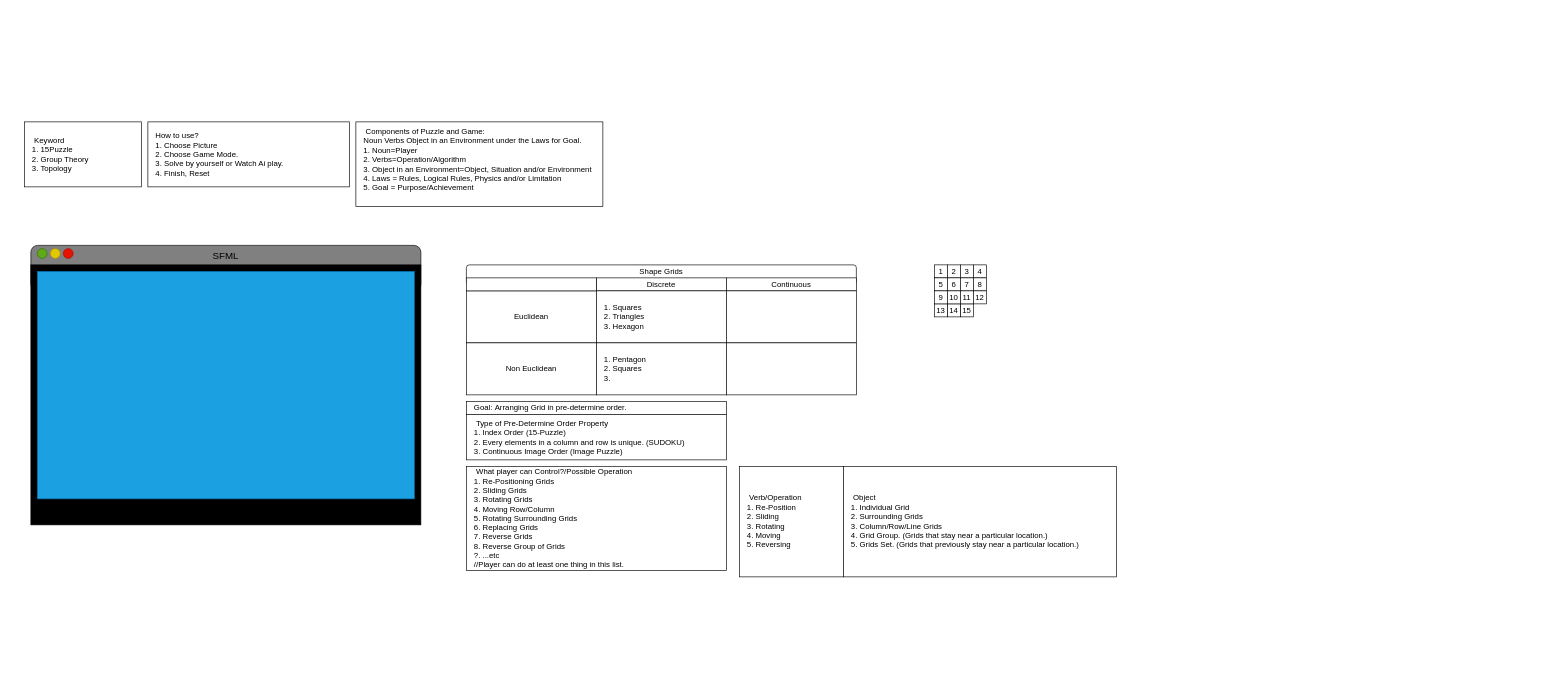
The draw.io diagram SlidingImagePuzzle.drawio in NihilisticMotif/Draw10SoftwarePlanning, before the edit. Source tidied: cells renumbered, new cells numbered last; positions are measured from the earlier drawing's top-left corner, leaving out a move shared by most shapes. Both pictures are drawn from the tidied source at 65%, with x=0, y=0 at pixel (24, 122).
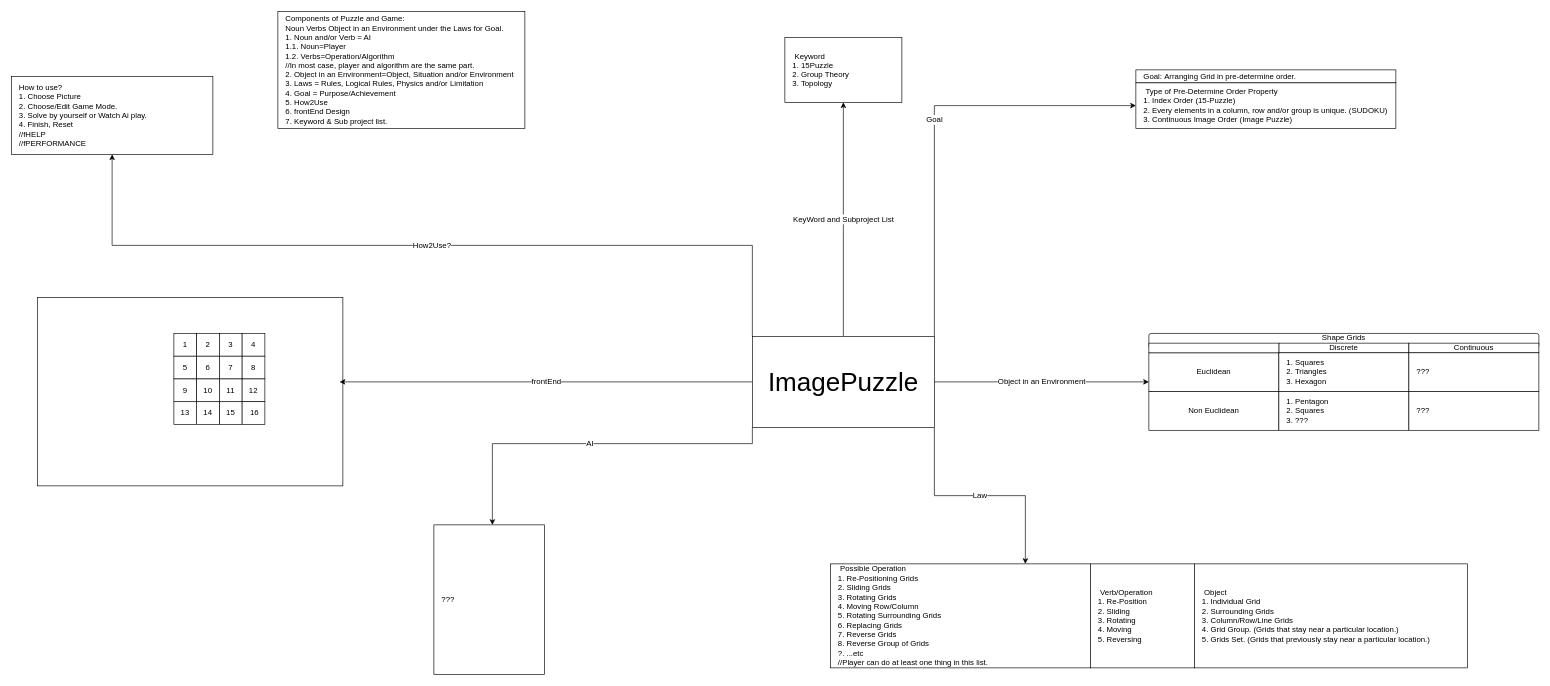
The same page after the edit.

The edit, as a diff of the source:
```diff
@@
+    <mxCell id="47" style="rounded=0;whiteSpace=wrap;html=1;fontSize=12;" parent="1" vertex="1">
+      <mxGeometry x="20" y="270" width="470" height="290" as="geometry" />
+    </mxCell>
     <mxCell id="2" value="&lt;span style=&quot;white-space: pre&quot;&gt; Keyword&lt;br&gt;1. 15Puzzle&lt;br&gt;2. Group Theory&lt;br/&gt;3. Topology&lt;br&gt;&lt;/span&gt;" style="rounded=0;whiteSpace=wrap;html=1;align=left;spacingLeft=10;" parent="1" vertex="1">
-      <mxGeometry width="180" height="100" as="geometry" />
+      <mxGeometry x="1170" y="-130" width="180" height="100" as="geometry" />
     </mxCell>
-    <mxCell id="3" value="&lt;span style=&quot;white-space: pre&quot;&gt; What player can Control?/Possible Operation&lt;br&gt;1. Re-Positioning Grids&lt;br&gt;2. Sliding Grids&lt;br&gt;3. Rotating Grids&lt;br&gt;4. Moving Row/Column&lt;br&gt;5. Rotating Surrounding Grids&lt;br&gt;6. Replacing Grids&lt;br&gt;7. Reverse Grids&lt;br&gt;8. Reverse Group of Grids&lt;br&gt;?. ...etc&lt;br&gt;//Player can do at least one thing in this list.&lt;br&gt;&lt;/span&gt;" style="rounded=0;whiteSpace=wrap;html=1;fontSize=12;fillColor=#FFFFFF;align=left;spacingLeft=10;" parent="1" vertex="1">
-      <mxGeometry x="680" y="530" width="400" height="160" as="geometry" />
-    </mxCell>
     <mxCell id="4" style="group;" parent="1" vertex="1">
-      <mxGeometry x="680" y="430" width="400" height="90" as="geometry" />
+      <mxGeometry x="1710" y="-80" width="400" height="90" as="geometry" />
     </mxCell>
@@
-    <mxCell id="6" value="&lt;span style=&quot;white-space: pre&quot;&gt; Type of Pre-Determine Order Property&lt;/span&gt;&lt;br style=&quot;font-size: 12px&quot;&gt;&lt;span style=&quot;white-space: pre&quot;&gt;1. Index Order (15-Puzzle)&lt;/span&gt;&lt;br&gt;&lt;span style=&quot;white-space: pre&quot;&gt;2. Every elements in a column and row is unique. (SUDOKU)&lt;/span&gt;&lt;br style=&quot;font-size: 12px&quot;&gt;&lt;span style=&quot;white-space: pre&quot;&gt;3. Continuous Image Order (Image Puzzle)&lt;br&gt;&lt;/span&gt;" style="rounded=0;whiteSpace=wrap;html=1;fontSize=12;fillColor=#FFFFFF;align=left;spacingLeft=10;" parent="4" vertex="1">
+    <mxCell id="6" value="&lt;span style=&quot;white-space: pre&quot;&gt; Type of Pre-Determine Order Property&lt;/span&gt;&lt;br style=&quot;font-size: 12px&quot;&gt;&lt;span style=&quot;white-space: pre&quot;&gt;1. Index Order (15-Puzzle)&lt;/span&gt;&lt;br&gt;&lt;span style=&quot;white-space: pre&quot;&gt;2. Every elements in a column, row and/or group is unique. (SUDOKU)&lt;/span&gt;&lt;br style=&quot;font-size: 12px&quot;&gt;&lt;span style=&quot;white-space: pre&quot;&gt;3. Continuous Image Order (Image Puzzle)&lt;br&gt;&lt;/span&gt;" style="rounded=0;whiteSpace=wrap;html=1;fontSize=12;fillColor=#FFFFFF;align=left;spacingLeft=10;" parent="4" vertex="1">
       <mxGeometry y="20" width="400" height="70" as="geometry" />
     </mxCell>
-    <mxCell id="7" style="group;" parent="1" vertex="1">
-      <mxGeometry x="680" y="220" width="600" height="200" as="geometry" />
-    </mxCell>
-    <mxCell id="8" value="Shape Grids" style="rounded=1;whiteSpace=wrap;html=1;fontSize=12;fillColor=#FFFFFF;spacingTop=-10;" parent="7" vertex="1">
-      <mxGeometry width="600" height="30" as="geometry" />
-    </mxCell>
-    <mxCell id="9" value="Discrete" style="rounded=0;whiteSpace=wrap;html=1;fontSize=12;fillColor=#FFFFFF;" parent="7" vertex="1">
-      <mxGeometry x="200" y="20" width="200" height="20" as="geometry" />
-    </mxCell>
-    <mxCell id="10" value="Continuous" style="rounded=0;whiteSpace=wrap;html=1;fontSize=12;fillColor=#FFFFFF;" parent="7" vertex="1">
-      <mxGeometry x="400" y="20" width="200" height="20" as="geometry" />
-    </mxCell>
-    <mxCell id="11" value="Euclidean" style="rounded=0;whiteSpace=wrap;html=1;fontSize=12;fillColor=#FFFFFF;" parent="7" vertex="1">
-      <mxGeometry y="40" width="200" height="80" as="geometry" />
-    </mxCell>
-    <mxCell id="12" value="Non Euclidean" style="rounded=0;whiteSpace=wrap;html=1;fontSize=12;fillColor=#FFFFFF;" parent="7" vertex="1">
-      <mxGeometry y="120" width="200" height="80" as="geometry" />
-    </mxCell>
-    <mxCell id="13" value="1. Squares&lt;br style=&quot;font-size: 12px;&quot;&gt;2. Triangles&lt;br style=&quot;font-size: 12px;&quot;&gt;3. Hexagon" style="rounded=0;whiteSpace=wrap;html=1;fontSize=12;fillColor=#FFFFFF;align=left;spacingLeft=10;" parent="7" vertex="1">
-      <mxGeometry x="200" y="40" width="200" height="80" as="geometry" />
-    </mxCell>
-    <mxCell id="14" value="1. Pentagon&lt;br style=&quot;font-size: 12px;&quot;&gt;2. Squares&lt;br style=&quot;font-size: 12px;&quot;&gt;3.&amp;nbsp;" style="rounded=0;whiteSpace=wrap;html=1;fontSize=12;fillColor=#FFFFFF;align=left;spacingLeft=10;" parent="7" vertex="1">
-      <mxGeometry x="200" y="120" width="200" height="80" as="geometry" />
-    </mxCell>
-    <mxCell id="15" style="rounded=0;whiteSpace=wrap;html=1;fontSize=12;fillColor=#FFFFFF;align=left;spacingLeft=10;" parent="7" vertex="1">
-      <mxGeometry x="400" y="40" width="200" height="80" as="geometry" />
-    </mxCell>
-    <mxCell id="16" style="rounded=0;whiteSpace=wrap;html=1;fontSize=12;fillColor=#FFFFFF;align=left;spacingLeft=10;" parent="7" vertex="1">
-      <mxGeometry x="400" y="120" width="200" height="80" as="geometry" />
-    </mxCell>
-    <mxCell id="17" style="rounded=0;whiteSpace=wrap;html=1;fontSize=12;fillColor=#FFFFFF;" parent="7" vertex="1">
-      <mxGeometry y="20" width="200" height="20" as="geometry" />
-    </mxCell>
-    <mxCell id="18" style="group;" parent="1" vertex="1">
-      <mxGeometry x="10" y="190" width="600" height="430" as="geometry" />
-    </mxCell>
-    <mxCell id="19" style="rounded=1;whiteSpace=wrap;html=1;fillColor=#808080;" parent="18" vertex="1">
-      <mxGeometry width="600" height="70" as="geometry" />
-    </mxCell>
-    <mxCell id="20" style="rounded=0;whiteSpace=wrap;html=1;fillColor=#000000;" parent="18" vertex="1">
-      <mxGeometry y="30" width="600" height="400" as="geometry" />
-    </mxCell>
-    <mxCell id="21" style="rounded=0;whiteSpace=wrap;html=1;fillColor=#1ba1e2;strokeColor=#006EAF;fontColor=#ffffff;" parent="18" vertex="1">
-      <mxGeometry x="10" y="40" width="580" height="350" as="geometry" />
-    </mxCell>
-    <mxCell id="22" value="SFML" style="text;html=1;strokeColor=none;fillColor=none;align=center;verticalAlign=middle;whiteSpace=wrap;rounded=0;fontSize=15;" parent="18" vertex="1">
-      <mxGeometry x="270" width="60" height="30" as="geometry" />
-    </mxCell>
-    <mxCell id="23" style="ellipse;whiteSpace=wrap;html=1;fillColor=#60a917;fontColor=#ffffff;strokeColor=#2D7600;" parent="18" vertex="1">
-      <mxGeometry x="10" y="5" width="15" height="15" as="geometry" />
-    </mxCell>
-    <mxCell id="24" style="ellipse;whiteSpace=wrap;html=1;fillColor=#e3c800;fontColor=#000000;strokeColor=#B09500;" parent="18" vertex="1">
-      <mxGeometry x="30" y="5" width="15" height="15" as="geometry" />
-    </mxCell>
-    <mxCell id="25" style="ellipse;whiteSpace=wrap;html=1;fillColor=#e51400;fontColor=#ffffff;strokeColor=#B20000;" parent="18" vertex="1">
-      <mxGeometry x="50" y="5" width="15" height="15" as="geometry" />
-    </mxCell>
-    <mxCell id="26" style="group;" parent="1" vertex="1">
-      <mxGeometry x="1400" y="220" width="80" height="80" as="geometry" />
-    </mxCell>
+    <mxCell id="45" value="&lt;span&gt; How to use?&lt;br&gt;1. Choose Picture&lt;br&gt;2. Choose/Edit Game Mode.&lt;br&gt;3. Solve by yourself or Watch Ai play.&lt;br&gt;4. Finish, Reset&lt;br&gt;//fHELP&lt;br&gt;//fPERFORMANCE&lt;br&gt;&lt;/span&gt;" style="rounded=0;whiteSpace=wrap;html=1;align=left;spacingLeft=10;" parent="1" vertex="1">
+      <mxGeometry x="-20" y="-70" width="310" height="120" as="geometry" />
+    </mxCell>
+    <mxCell id="46" value="&lt;span&gt; Components of Puzzle and Game:&lt;br&gt;Noun Verbs Object in an Environment under the Laws for Goal.&lt;br&gt;1. Noun and/or Verb = AI&lt;br&gt;1.1. Noun=Player&lt;br&gt;1.2. Verbs=Operation/Algorithm&lt;br&gt;//In most case, player and algorithm are the same part.&lt;br&gt;2. Object in an Environment=Object, Situation and/or Environment&lt;br&gt;3. Laws = Rules, Logical Rules, Physics and/or Limitation&lt;br&gt;4. Goal = Purpose/Achievement&lt;br&gt;&lt;/span&gt;&lt;span&gt;5. How2Use&lt;/span&gt;&lt;br&gt;&lt;span&gt;6. frontEnd Design&lt;/span&gt;&lt;br&gt;&lt;span&gt;7. Keyword &amp;amp; Sub project list.&lt;/span&gt;&lt;span&gt;&lt;br&gt;&lt;/span&gt;" style="rounded=0;whiteSpace=wrap;html=1;align=left;spacingLeft=10;" parent="1" vertex="1">
+      <mxGeometry x="390" y="-170" width="380" height="180" as="geometry" />
+    </mxCell>
+    <mxCell id="48" style="group;" parent="1" vertex="1">
+      <mxGeometry x="230" y="325.5" width="140" height="140" as="geometry" />
+    </mxCell>
-    <mxCell id="27" value="1" style="whiteSpace=wrap;html=1;fontSize=12;fillColor=#FFFFFF;" parent="26" vertex="1">
-      <mxGeometry width="20" height="20" as="geometry" />
+    <mxCell id="27" value="1" style="whiteSpace=wrap;html=1;fontSize=12;fillColor=#FFFFFF;" parent="48" vertex="1">
+      <mxGeometry width="35" height="35" as="geometry" />
     </mxCell>
-    <mxCell id="28" value="2" style="whiteSpace=wrap;html=1;fontSize=12;fillColor=#FFFFFF;" parent="26" vertex="1">
-      <mxGeometry x="20" width="20" height="20" as="geometry" />
+    <mxCell id="28" value="2" style="whiteSpace=wrap;html=1;fontSize=12;fillColor=#FFFFFF;" parent="48" vertex="1">
+      <mxGeometry x="35" width="35" height="35" as="geometry" />
     </mxCell>
-    <mxCell id="29" value="3" style="whiteSpace=wrap;html=1;fontSize=12;fillColor=#FFFFFF;" parent="26" vertex="1">
-      <mxGeometry x="40" width="20" height="20" as="geometry" />
+    <mxCell id="29" value="3" style="whiteSpace=wrap;html=1;fontSize=12;fillColor=#FFFFFF;" parent="48" vertex="1">
+      <mxGeometry x="70" width="35" height="35" as="geometry" />
     </mxCell>
-    <mxCell id="30" value="4" style="whiteSpace=wrap;html=1;fontSize=12;fillColor=#FFFFFF;" parent="26" vertex="1">
-      <mxGeometry x="60" width="20" height="20" as="geometry" />
+    <mxCell id="30" value="4" style="whiteSpace=wrap;html=1;fontSize=12;fillColor=#FFFFFF;" parent="48" vertex="1">
+      <mxGeometry x="105" width="35" height="35" as="geometry" />
     </mxCell>
-    <mxCell id="31" value="5" style="whiteSpace=wrap;html=1;fontSize=12;fillColor=#FFFFFF;" parent="26" vertex="1">
-      <mxGeometry y="20" width="20" height="20" as="geometry" />
+    <mxCell id="31" value="5" style="whiteSpace=wrap;html=1;fontSize=12;fillColor=#FFFFFF;" parent="48" vertex="1">
+      <mxGeometry y="35" width="35" height="35" as="geometry" />
     </mxCell>
-    <mxCell id="32" value="6" style="whiteSpace=wrap;html=1;fontSize=12;fillColor=#FFFFFF;" parent="26" vertex="1">
-      <mxGeometry x="20" y="20" width="20" height="20" as="geometry" />
+    <mxCell id="32" value="6" style="whiteSpace=wrap;html=1;fontSize=12;fillColor=#FFFFFF;" parent="48" vertex="1">
+      <mxGeometry x="35" y="35" width="35" height="35" as="geometry" />
     </mxCell>
-    <mxCell id="33" value="7" style="whiteSpace=wrap;html=1;fontSize=12;fillColor=#FFFFFF;" parent="26" vertex="1">
-      <mxGeometry x="40" y="20" width="20" height="20" as="geometry" />
+    <mxCell id="33" value="7" style="whiteSpace=wrap;html=1;fontSize=12;fillColor=#FFFFFF;" parent="48" vertex="1">
+      <mxGeometry x="70" y="35" width="35" height="35" as="geometry" />
     </mxCell>
-    <mxCell id="34" value="8" style="whiteSpace=wrap;html=1;fontSize=12;fillColor=#FFFFFF;" parent="26" vertex="1">
-      <mxGeometry x="60" y="20" width="20" height="20" as="geometry" />
+    <mxCell id="34" value="8" style="whiteSpace=wrap;html=1;fontSize=12;fillColor=#FFFFFF;" parent="48" vertex="1">
+      <mxGeometry x="105" y="35" width="35" height="35" as="geometry" />
     </mxCell>
-    <mxCell id="35" value="15" style="whiteSpace=wrap;html=1;fontSize=12;fillColor=#FFFFFF;" parent="26" vertex="1">
-      <mxGeometry x="40" y="60" width="20" height="20" as="geometry" />
+    <mxCell id="35" value="15" style="whiteSpace=wrap;html=1;fontSize=12;fillColor=#FFFFFF;" parent="48" vertex="1">
+      <mxGeometry x="70" y="105" width="35" height="35" as="geometry" />
     </mxCell>
-    <mxCell id="36" value="14" style="whiteSpace=wrap;html=1;fontSize=12;fillColor=#FFFFFF;" parent="26" vertex="1">
-      <mxGeometry x="20" y="60" width="20" height="20" as="geometry" />
+    <mxCell id="36" value="14" style="whiteSpace=wrap;html=1;fontSize=12;fillColor=#FFFFFF;" parent="48" vertex="1">
+      <mxGeometry x="35" y="105" width="35" height="35" as="geometry" />
     </mxCell>
-    <mxCell id="37" value="13" style="whiteSpace=wrap;html=1;fontSize=12;fillColor=#FFFFFF;" parent="26" vertex="1">
-      <mxGeometry y="60" width="20" height="20" as="geometry" />
+    <mxCell id="37" value="13" style="whiteSpace=wrap;html=1;fontSize=12;fillColor=#FFFFFF;" parent="48" vertex="1">
+      <mxGeometry y="105" width="35" height="35" as="geometry" />
     </mxCell>
-    <mxCell id="38" value="9" style="whiteSpace=wrap;html=1;fontSize=12;fillColor=#FFFFFF;" parent="26" vertex="1">
-      <mxGeometry y="40" width="20" height="20" as="geometry" />
+    <mxCell id="38" value="9" style="whiteSpace=wrap;html=1;fontSize=12;fillColor=#FFFFFF;" parent="48" vertex="1">
+      <mxGeometry y="70" width="35" height="35" as="geometry" />
     </mxCell>
-    <mxCell id="39" value="10" style="whiteSpace=wrap;html=1;fontSize=12;fillColor=#FFFFFF;" parent="26" vertex="1">
-      <mxGeometry x="20" y="40" width="20" height="20" as="geometry" />
+    <mxCell id="39" value="10" style="whiteSpace=wrap;html=1;fontSize=12;fillColor=#FFFFFF;" parent="48" vertex="1">
+      <mxGeometry x="35" y="70" width="35" height="35" as="geometry" />
     </mxCell>
-    <mxCell id="40" value="11" style="whiteSpace=wrap;html=1;fontSize=12;fillColor=#FFFFFF;" parent="26" vertex="1">
-      <mxGeometry x="40" y="40" width="20" height="20" as="geometry" />
+    <mxCell id="40" value="11" style="whiteSpace=wrap;html=1;fontSize=12;fillColor=#FFFFFF;" parent="48" vertex="1">
+      <mxGeometry x="70" y="70" width="35" height="35" as="geometry" />
     </mxCell>
-    <mxCell id="41" value="12" style="whiteSpace=wrap;html=1;fontSize=12;fillColor=#FFFFFF;" parent="26" vertex="1">
-      <mxGeometry x="60" y="40" width="20" height="20" as="geometry" />
+    <mxCell id="41" value="12" style="whiteSpace=wrap;html=1;fontSize=12;fillColor=#FFFFFF;" parent="48" vertex="1">
+      <mxGeometry x="105" y="70" width="35" height="35" as="geometry" />
     </mxCell>
+    <mxCell id="49" value="&amp;nbsp;16" style="whiteSpace=wrap;html=1;fontSize=12;fillColor=#FFFFFF;" parent="48" vertex="1">
+      <mxGeometry x="105" y="105" width="35" height="35" as="geometry" />
+    </mxCell>
+    <mxCell id="50" value="frontEnd" style="edgeStyle=orthogonalEdgeStyle;rounded=0;jettySize=auto;html=1;fontSize=12;" parent="1" edge="1" source="57">
+      <mxGeometry relative="1" as="geometry">
+        <mxPoint x="485" y="400" as="targetPoint" />
+      </mxGeometry>
+    </mxCell>
+    <mxCell id="51" value="How2Use?" style="edgeStyle=orthogonalEdgeStyle;rounded=0;jettySize=auto;html=1;exitX=0;exitY=0;exitDx=0;exitDy=0;fontSize=12;" parent="1" edge="1" source="57" target="45">
+      <mxGeometry relative="1" as="geometry" />
+    </mxCell>
+    <mxCell id="52" value="KeyWord and Subproject List" style="edgeStyle=orthogonalEdgeStyle;rounded=0;jettySize=auto;html=1;exitX=0.5;exitY=0;exitDx=0;exitDy=0;entryX=0.5;entryY=1;entryDx=0;entryDy=0;fontSize=12;" parent="1" edge="1" source="57" target="2">
+      <mxGeometry relative="1" as="geometry" />
+    </mxCell>
+    <mxCell id="53" value="Goal" style="edgeStyle=orthogonalEdgeStyle;rounded=0;jettySize=auto;html=1;exitX=1;exitY=0;exitDx=0;exitDy=0;fontSize=12;entryX=0;entryY=0.5;entryDx=0;entryDy=0;" parent="1" edge="1" source="57" target="6">
+      <mxGeometry relative="1" as="geometry" />
+    </mxCell>
+    <mxCell id="54" value="Object in an Environment" style="edgeStyle=orthogonalEdgeStyle;rounded=0;jettySize=auto;html=1;exitX=1;exitY=0.5;exitDx=0;exitDy=0;fontSize=12;entryX=0;entryY=0.75;entryDx=0;entryDy=0;" parent="1" edge="1" source="57" target="11">
+      <mxGeometry relative="1" as="geometry" />
+    </mxCell>
+    <mxCell id="55" value="Law" style="edgeStyle=orthogonalEdgeStyle;rounded=0;jettySize=auto;html=1;entryX=0.75;entryY=0;entryDx=0;entryDy=0;fontSize=12;exitX=1;exitY=1;exitDx=0;exitDy=0;" parent="1" edge="1" source="57" target="3">
+      <mxGeometry relative="1" as="geometry" />
+    </mxCell>
+    <mxCell id="56" value="AI" style="edgeStyle=orthogonalEdgeStyle;rounded=0;jettySize=auto;html=1;exitX=0;exitY=1;exitDx=0;exitDy=0;fontSize=12;" parent="1" edge="1" source="57">
+      <mxGeometry relative="1" as="geometry">
+        <mxPoint x="720" y="620" as="targetPoint" />
+        <Array as="points">
+          <mxPoint x="1120" y="495" />
+          <mxPoint x="720" y="495" />
+          <mxPoint x="720" y="520" />
+        </Array>
+      </mxGeometry>
+    </mxCell>
+    <mxCell id="57" value="ImagePuzzle" style="rounded=0;whiteSpace=wrap;html=1;fontSize=40;" parent="1" vertex="1">
+      <mxGeometry x="1120" y="330" width="280" height="140" as="geometry" />
+    </mxCell>
+    <mxCell id="58" style="group;" parent="1" vertex="1">
+      <mxGeometry x="1240" y="680" width="980" height="160" as="geometry" />
+    </mxCell>
+    <mxCell id="3" value="&lt;span style=&quot;white-space: pre&quot;&gt; Possible Operation&lt;br&gt;1. Re-Positioning Grids&lt;br&gt;2. Sliding Grids&lt;br&gt;3. Rotating Grids&lt;br&gt;4. Moving Row/Column&lt;br&gt;5. Rotating Surrounding Grids&lt;br&gt;6. Replacing Grids&lt;br&gt;7. Reverse Grids&lt;br&gt;8. Reverse Group of Grids&lt;br&gt;?. ...etc&lt;br&gt;//Player can do at least one thing in this list.&lt;br&gt;&lt;/span&gt;" style="rounded=0;whiteSpace=wrap;html=1;fontSize=12;fillColor=#FFFFFF;align=left;spacingLeft=10;" parent="58" vertex="1">
+      <mxGeometry width="400" height="160" as="geometry" />
+    </mxCell>
-    <mxCell id="42" style="group;" parent="1" vertex="1">
-      <mxGeometry x="1100" y="530" width="580" height="170" as="geometry" />
+    <mxCell id="42" style="group;" parent="58" vertex="1">
+      <mxGeometry x="400" width="580" height="160" as="geometry" />
     </mxCell>
     <mxCell id="43" value="&lt;span style=&quot;white-space: pre&quot;&gt; Verb/Operation&lt;br&gt;1. Re-Position&lt;br&gt;2. Sliding&lt;br&gt;3. Rotating&lt;br&gt;4. Moving&lt;br&gt;5. Reversing&lt;br&gt;&lt;/span&gt;" style="rounded=0;whiteSpace=wrap;html=1;fontSize=12;fillColor=#FFFFFF;align=left;spacingLeft=10;" parent="42" vertex="1">
-      <mxGeometry width="160" height="170" as="geometry" />
+      <mxGeometry width="160" height="160" as="geometry" />
     </mxCell>
     <mxCell id="44" value="&lt;span style=&quot;white-space: pre&quot;&gt;&lt;span style=&quot;white-space: pre&quot;&gt; Object&lt;br&gt;&lt;/span&gt;1. Individual Grid&lt;br&gt;2. Surrounding Grids&lt;br&gt;3. &lt;/span&gt;&lt;span style=&quot;white-space: pre&quot;&gt;Column/Row/Line Grids&lt;/span&gt;&lt;br&gt;&lt;span style=&quot;white-space: pre&quot;&gt;4. Grid Group. (Grids that stay near a particular location.)&lt;/span&gt;&lt;br&gt;&lt;span style=&quot;white-space: pre&quot;&gt;5. Grids Set. (Grids that previously stay near a particular location.)&lt;br&gt;&lt;/span&gt;" style="rounded=0;whiteSpace=wrap;html=1;fontSize=12;fillColor=#FFFFFF;align=left;spacingLeft=10;" parent="42" vertex="1">
-      <mxGeometry x="160" width="420" height="170" as="geometry" />
+      <mxGeometry x="160" width="420" height="160" as="geometry" />
     </mxCell>
-    <mxCell id="45" value="&lt;span&gt; How to use?&lt;br&gt;1. Choose Picture&lt;br&gt;2. Choose Game Mode.&lt;br&gt;3. Solve by yourself or Watch Ai play.&lt;br&gt;4. Finish, Reset&lt;br&gt;&lt;/span&gt;" style="rounded=0;whiteSpace=wrap;html=1;align=left;spacingLeft=10;" parent="1" vertex="1">
-      <mxGeometry x="190" width="310" height="100" as="geometry" />
-    </mxCell>
-    <mxCell id="46" value="&lt;span style=&quot;white-space: pre&quot;&gt; Components of Puzzle and Game:&lt;br&gt;Noun Verbs Object in an Environment under the Laws for Goal.&lt;br&gt;1. Noun=Player&lt;br&gt;2. Verbs=Operation/Algorithm&lt;br&gt;3. Object in an Environment=Object, Situation and/or Environment&lt;br&gt;4. Laws = Rules, Logical Rules, Physics and/or Limitation&lt;br&gt;5. Goal = Purpose/Achievement&lt;br&gt;&lt;br&gt;&lt;/span&gt;" style="rounded=0;whiteSpace=wrap;html=1;align=left;spacingLeft=10;" parent="1" vertex="1">
-      <mxGeometry x="510" width="380" height="130" as="geometry" />
-    </mxCell>
+    <mxCell id="7" style="group;" parent="1" vertex="1">
+      <mxGeometry x="1730" y="325.5" width="600" height="148.9" as="geometry" />
+    </mxCell>
+    <mxCell id="8" value="Shape Grids" style="rounded=1;whiteSpace=wrap;html=1;fontSize=12;fillColor=#FFFFFF;spacingTop=-10;" parent="7" vertex="1">
+      <mxGeometry width="600" height="22.3" as="geometry" />
+    </mxCell>
+    <mxCell id="9" value="Discrete" style="rounded=0;whiteSpace=wrap;html=1;fontSize=12;fillColor=#FFFFFF;" parent="7" vertex="1">
+      <mxGeometry x="200" y="14.9" width="200" height="14.9" as="geometry" />
+    </mxCell>
+    <mxCell id="10" value="Continuous" style="rounded=0;whiteSpace=wrap;html=1;fontSize=12;fillColor=#FFFFFF;" parent="7" vertex="1">
+      <mxGeometry x="400" y="14.9" width="200" height="14.9" as="geometry" />
+    </mxCell>
+    <mxCell id="11" value="Euclidean" style="rounded=0;whiteSpace=wrap;html=1;fontSize=12;fillColor=#FFFFFF;" parent="7" vertex="1">
+      <mxGeometry y="29.8" width="200" height="59.6" as="geometry" />
+    </mxCell>
+    <mxCell id="12" value="Non Euclidean" style="rounded=0;whiteSpace=wrap;html=1;fontSize=12;fillColor=#FFFFFF;" parent="7" vertex="1">
+      <mxGeometry y="89.4" width="200" height="59.6" as="geometry" />
+    </mxCell>
+    <mxCell id="13" value="1. Squares&lt;br style=&quot;font-size: 12px;&quot;&gt;2. Triangles&lt;br style=&quot;font-size: 12px;&quot;&gt;3. Hexagon" style="rounded=0;whiteSpace=wrap;html=1;fontSize=12;fillColor=#FFFFFF;align=left;spacingLeft=10;" parent="7" vertex="1">
+      <mxGeometry x="200" y="29.8" width="200" height="59.6" as="geometry" />
+    </mxCell>
+    <mxCell id="14" value="1. Pentagon&lt;br style=&quot;font-size: 12px&quot;&gt;2. Squares&lt;br style=&quot;font-size: 12px&quot;&gt;3. ???" style="rounded=0;whiteSpace=wrap;html=1;fontSize=12;fillColor=#FFFFFF;align=left;spacingLeft=10;" parent="7" vertex="1">
+      <mxGeometry x="200" y="89.4" width="200" height="59.6" as="geometry" />
+    </mxCell>
+    <mxCell id="15" value="???" style="rounded=0;whiteSpace=wrap;html=1;fontSize=12;fillColor=#FFFFFF;align=left;spacingLeft=10;" parent="7" vertex="1">
+      <mxGeometry x="400" y="29.8" width="200" height="59.6" as="geometry" />
+    </mxCell>
+    <mxCell id="16" value="???" style="rounded=0;whiteSpace=wrap;html=1;fontSize=12;fillColor=#FFFFFF;align=left;spacingLeft=10;" parent="7" vertex="1">
+      <mxGeometry x="400" y="89.4" width="200" height="59.6" as="geometry" />
+    </mxCell>
+    <mxCell id="17" style="rounded=0;whiteSpace=wrap;html=1;fontSize=12;fillColor=#FFFFFF;" parent="7" vertex="1">
+      <mxGeometry y="14.9" width="200" height="14.9" as="geometry" />
+    </mxCell>
+    <mxCell id="59" value="???" style="rounded=0;whiteSpace=wrap;html=1;fontSize=12;align=left;spacingLeft=10;" parent="1" vertex="1">
+      <mxGeometry x="630" y="620" width="170" height="230" as="geometry" />
+    </mxCell>
```
